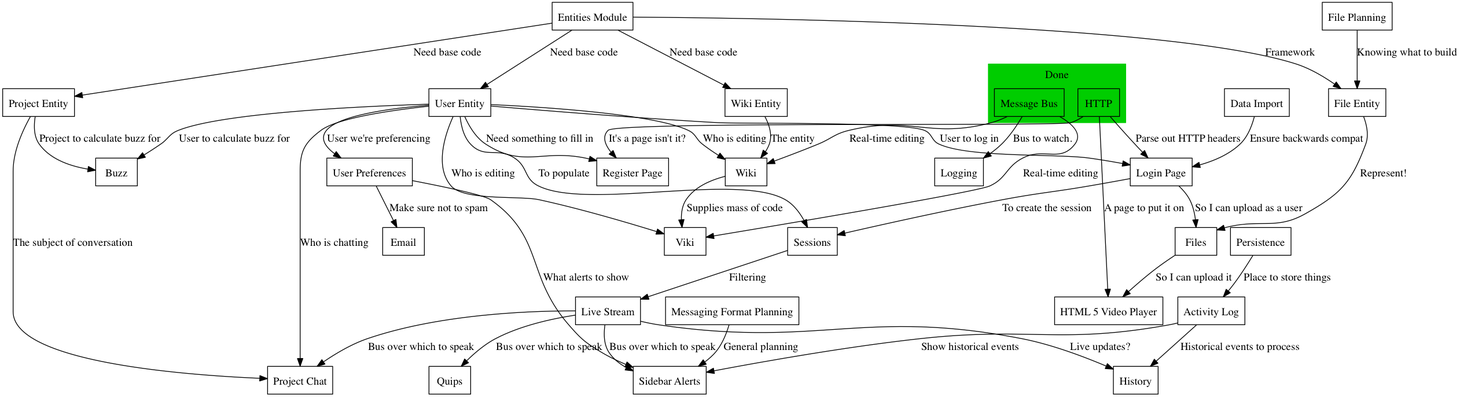
The Graphviz diagram needed.png in negativeview/Velour-1.5, before a commit. Its source is kept beside it as needed.dot.
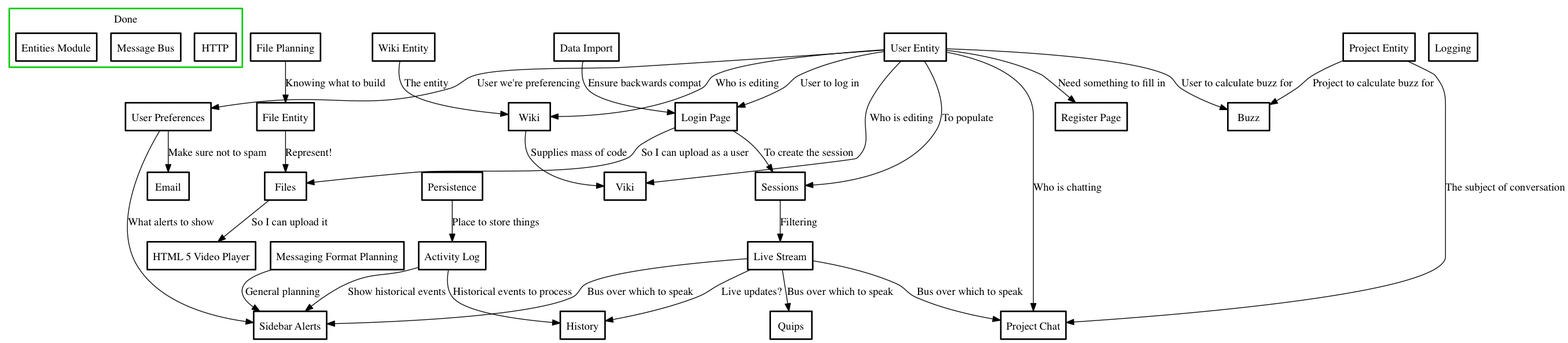
After the change.

Commit message:
Update the needed dotfile to organize things slightly better.

Diff of the diagram source:
```diff
@@ -1,22 +1,23 @@
 digraph FeatureList {
 
-    node [shape="box"];
+    node [shape="box", color=black style=bold];
 
-    subgraph cluster_done {
-        label = "Done";
-        style=filled;
-		color=green3;
+    subgraph cluster_yay {
+        style=bold
+        color=green3
+        shape=box
+        label=Done
 
         http_framework [ label="HTTP" ];
         message_bus [ label="Message Bus" ];
-    }
+        entities [ label="Entities Module" ];
+    };
 
     alert_format_planning [ label="Messaging Format Planning" ];
     activity_log [ label="Activity Log" ];
     buzz [ label="Buzz" ];
     data_import [ label="Data Import" ];
     email [ label="Email" ];
-    entities [ label="Entities Module" ];
     file_planning [ label="File Planning" ];
     file_entity [ label="File Entity" ];
     files [ label="Files" ];
@@ -38,13 +39,11 @@
     wiki_entity [ label="Wiki Entity" ];
     viki [ label="Viki" ];
 
-    entities->file_entity [ label="Framework" ];
     file_planning->file_entity [ label="Knowing what to build" ];
 
     login_page->files [ label="So I can upload as a user" ];
     file_entity->files [ label="Represent!" ];
 
-    http_framework->html5_video [ label="A page to put it on" ];
     files->html5_video [ label="So I can upload it" ];
 
     user_preferences->email [ label="Make sure not to spam" ];
@@ -62,7 +61,6 @@
     alert_format_planning->sidebar_alerts [ label = "General planning" ];
 
     user_entity->login_page [ label = "User to log in" ];
-    http_framework->login_page [ label = "Parse out HTTP headers" ];
     data_import->login_page [ label = "Ensure backwards compat" ];
 
     activity_log->history_tool [ label = "Historical events to process" ];
@@ -76,20 +74,13 @@
 
     wiki->viki [ label = "Supplies mass of code" ];
     user_entity->viki [ label = "Who is editing" ];
-    message_bus->viki [ label = "Real-time editing" ];
 
     user_entity->wiki [ label = "Who is editing" ];
     wiki_entity->wiki [ label = "The entity" ];
-    message_bus->wiki [ label = "Real-time editing" ];
 
     user_entity->register_page [ label = "Need something to fill in" ];
-    http_framework->register_page [ label = "It's a page isn't it?" ];
 
-    message_bus->logging [ label = "Bus to watch." ];
 
-    entities->user_entity [ label = "Need base code" ];
-    entities->project_entity [ label = "Need base code" ];
-    entities->wiki_entity [ label = "Need base code" ];
 
     user_entity->buzz [ label = "User to calculate buzz for" ];
     project_entity->buzz [ label = "Project to calculate buzz for" ];
```
